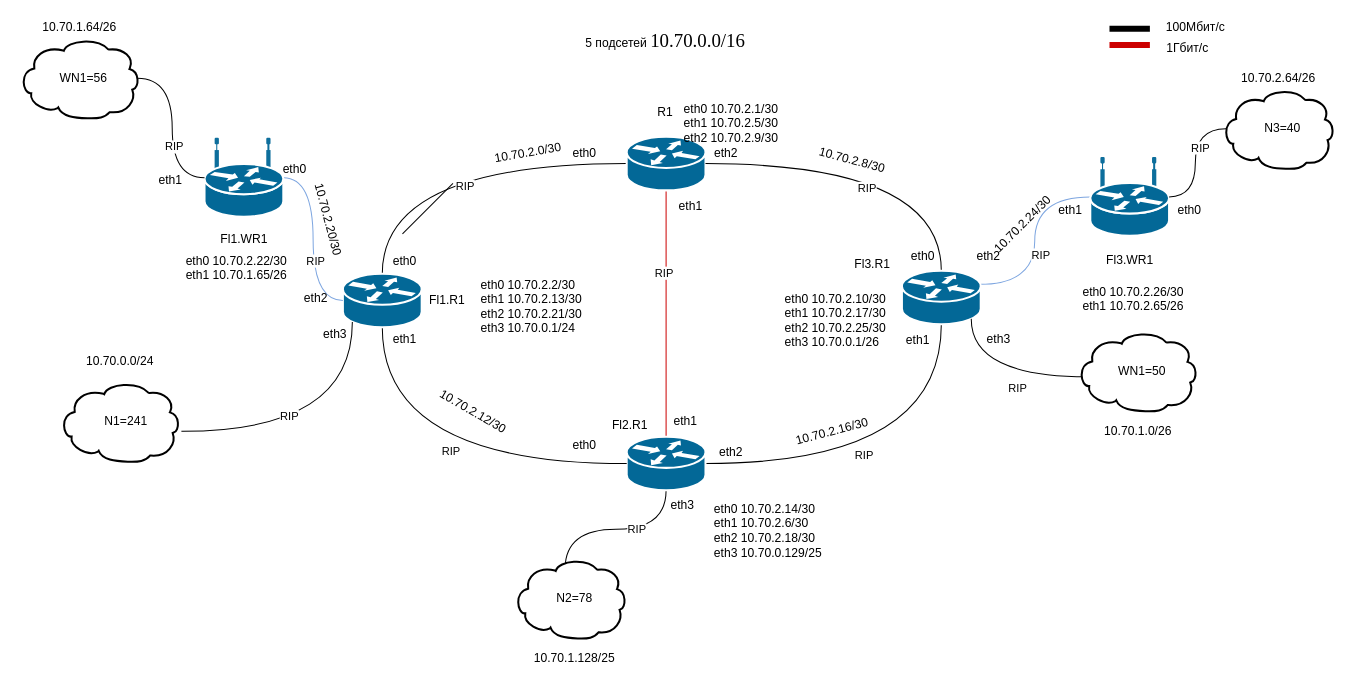
Before: Untitled Diagram.drawio in Begmurod/Sxema_set, a draw.io diagram. Source tidied: cells renumbered, new cells numbered last; positions are measured from the earlier drawing's top-left corner, leaving out a move shared by most shapes. Both pictures are drawn from the tidied source at 101%, with x=0, y=0 at pixel (18, 17).
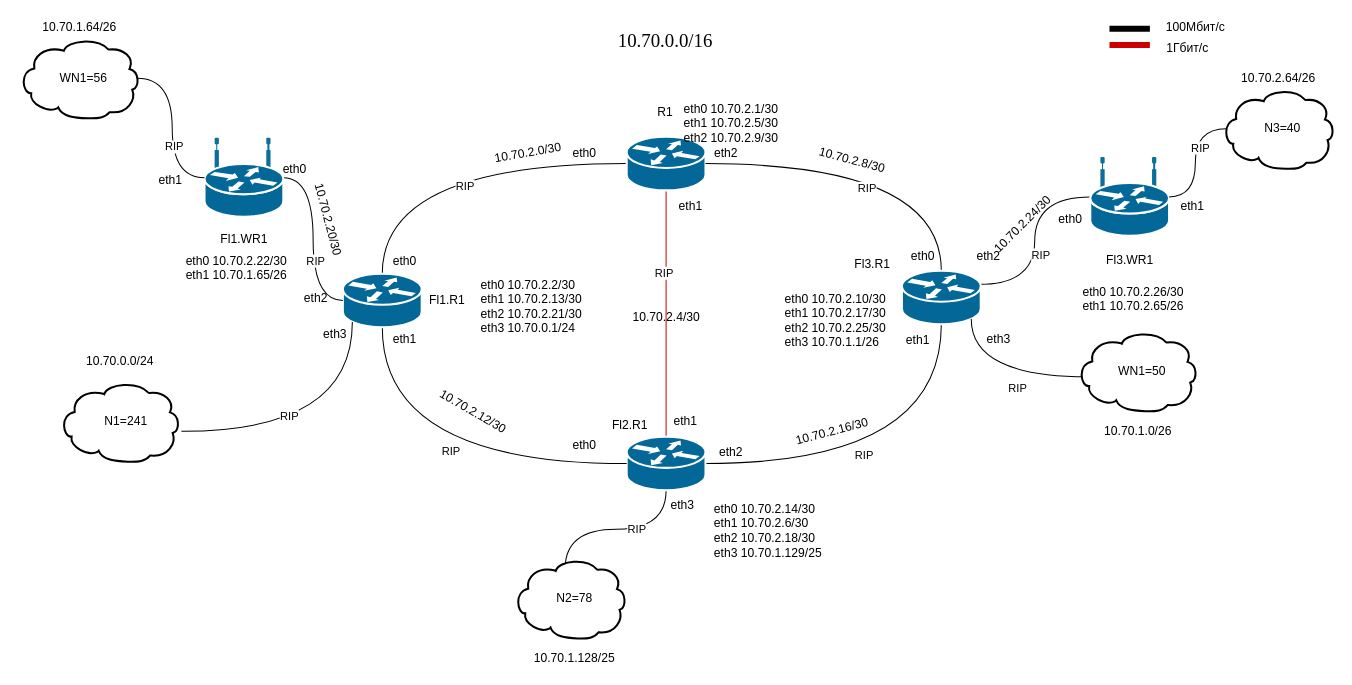
The same diagram, later.

Unchanged cells that the change refers to:
```xml
<mxCell id="20" style="shape=mxgraph.cisco.routers.router;html=1;dashed=0;fillColor=#036897;strokeColor=#ffffff;strokeWidth=2;verticalLabelPosition=bottom;verticalAlign=top;align=center;outlineConnect=0;" parent="1" vertex="1">
  <mxGeometry x="321" y="253.5" width="78" height="53" as="geometry" />
</mxCell>
<mxCell id="23" style="shape=mxgraph.cisco.routers.wireless_router;html=1;dashed=0;fillColor=#036897;strokeColor=#ffffff;strokeWidth=2;verticalLabelPosition=bottom;verticalAlign=top;align=center;outlineConnect=0;" parent="1" vertex="1">
  <mxGeometry x="184" y="120" width="78" height="77" as="geometry" />
</mxCell>
<mxCell id="24" style="shape=mxgraph.cisco.routers.wireless_router;html=1;dashed=0;fillColor=#036897;strokeColor=#ffffff;strokeWidth=2;verticalLabelPosition=bottom;verticalAlign=top;align=center;outlineConnect=0;" parent="1" vertex="1">
  <mxGeometry x="1061" y="139" width="78" height="77" as="geometry" />
</mxCell>
```

Change to the diagram source:
```diff
@@
-    <mxCell id="15" style="edgeStyle=orthogonalEdgeStyle;curved=1;rounded=0;jettySize=auto;html=1;entryX=0;entryY=0.5;entryDx=0;entryDy=0;entryPerimeter=0;endArrow=none;endFill=0;strokeColor=#7EA6E0;" parent="1" edge="1" target="24">
+    <mxCell id="15" style="edgeStyle=orthogonalEdgeStyle;curved=1;rounded=0;jettySize=auto;html=1;entryX=0;entryY=0.5;entryDx=0;entryDy=0;entryPerimeter=0;endArrow=none;endFill=0;strokeColor=#000000;" parent="1" edge="1" target="24">
       <mxGeometry relative="1" as="geometry">
         <mxPoint x="950" y="264" as="sourcePoint" />
       </mxGeometry>
     </mxCell>
@@
-    <mxCell id="21" style="edgeStyle=orthogonalEdgeStyle;curved=1;rounded=0;jettySize=auto;html=1;exitX=1;exitY=0.5;exitDx=0;exitDy=0;exitPerimeter=0;entryX=0;entryY=0.5;entryDx=0;entryDy=0;entryPerimeter=0;endArrow=none;endFill=0;strokeColor=#7EA6E0;" parent="1" edge="1" source="23" target="20">
+    <mxCell id="21" style="edgeStyle=orthogonalEdgeStyle;curved=1;rounded=0;jettySize=auto;html=1;exitX=1;exitY=0.5;exitDx=0;exitDy=0;exitPerimeter=0;entryX=0;entryY=0.5;entryDx=0;entryDy=0;entryPerimeter=0;endArrow=none;endFill=0;strokeColor=#000000;" parent="1" edge="1" source="23" target="20">
       <mxGeometry relative="1" as="geometry" />
     </mxCell>
@@
-    <mxCell id="37" value="5 подсетей&amp;nbsp;&lt;span style=&quot;font-size: 14.0pt ; font-family: &amp;#34;times new roman&amp;#34; , serif&quot;&gt;10.70.0.0/16&lt;/span&gt;" style="text;html=1;align=center;verticalAlign=middle;fillColor=none;strokeColor=none;rounded=0;" parent="1" vertex="1">
-      <mxGeometry x="555" y="14" width="170" height="20" as="geometry" />
+    <mxCell id="37" value="&lt;span style=&quot;font-size: 14.0pt ; font-family: &amp;#34;times new roman&amp;#34; , serif&quot;&gt;10.70.0.0/16&lt;/span&gt;" style="text;html=1;align=center;verticalAlign=middle;fillColor=none;strokeColor=none;rounded=0;" parent="1" vertex="1">
+      <mxGeometry x="585" y="14" width="110" height="20" as="geometry" />
     </mxCell>
@@
-    <mxCell id="62" value="&amp;nbsp; eth0 10.70.2.14/30&lt;br&gt;eth1 10.70.2.6/30&lt;br&gt;&amp;nbsp; eth2 10.70.2.18/30&lt;br&gt;&amp;nbsp; &amp;nbsp; eth3 10.70.0.129/25&lt;br&gt;" style="text;html=1;align=center;verticalAlign=middle;" parent="1" vertex="1">
+    <mxCell id="62" value="&amp;nbsp; eth0 10.70.2.14/30&lt;br&gt;eth1 10.70.2.6/30&lt;br&gt;&amp;nbsp; eth2 10.70.2.18/30&lt;br&gt;&amp;nbsp; &amp;nbsp; eth3 10.70.1.129/25&lt;br&gt;" style="text;html=1;align=center;verticalAlign=middle;" parent="1" vertex="1">
       <mxGeometry x="665" y="468" width="140" height="80" as="geometry" />
     </mxCell>
@@
-    <mxCell id="69" value="&amp;nbsp; eth0 10.70.2.10/30&lt;br&gt;&amp;nbsp; eth1 10.70.2.17/30&lt;br&gt;&amp;nbsp; eth2 10.70.2.25/30&lt;br&gt;eth3 10.70.0.1/26&lt;br&gt;" style="text;html=1;align=center;verticalAlign=middle;" parent="1" vertex="1">
+    <mxCell id="69" value="&amp;nbsp; eth0 10.70.2.10/30&lt;br&gt;&amp;nbsp; eth1 10.70.2.17/30&lt;br&gt;&amp;nbsp; eth2 10.70.2.25/30&lt;br&gt;eth3 10.70.1.1/26&lt;br&gt;" style="text;html=1;align=center;verticalAlign=middle;" parent="1" vertex="1">
       <mxGeometry x="744.5" y="259.5" width="120" height="80" as="geometry" />
     </mxCell>
@@
-    <mxCell id="72" value="eth1" style="text;html=1;align=center;verticalAlign=middle;" parent="1" vertex="1">
-      <mxGeometry x="1021" y="180.5" width="40" height="20" as="geometry" />
-    </mxCell>
     <mxCell id="73" value="eth0" style="text;html=1;align=center;verticalAlign=middle;" parent="1" vertex="1">
-      <mxGeometry x="1139" y="180.5" width="40" height="20" as="geometry" />
+      <mxGeometry x="1021" y="189.5" width="40" height="20" as="geometry" />
     </mxCell>
@@
-    <mxCell id="88" style="endArrow=none;html=1;" parent="1" edge="1">
-      <mxGeometry relative="1" as="geometry">
-        <mxPoint x="380" y="214" as="sourcePoint" />
-        <mxPoint x="430" y="164" as="targetPoint" />
-      </mxGeometry>
-    </mxCell>
@@
+    <mxCell id="91" value="10.70.2.4/30" style="text;html=1;align=center;verticalAlign=middle;fillColor=none;strokeColor=none;rounded=0;rotation=0;" parent="1" vertex="1">
+      <mxGeometry x="601" y="286.5" width="80" height="20" as="geometry" />
+    </mxCell>
+    <mxCell id="72" value="eth1" style="text;html=1;align=center;verticalAlign=middle;" parent="1" vertex="1">
+      <mxGeometry x="1141.5" y="177" width="40" height="20" as="geometry" />
+    </mxCell>
```
